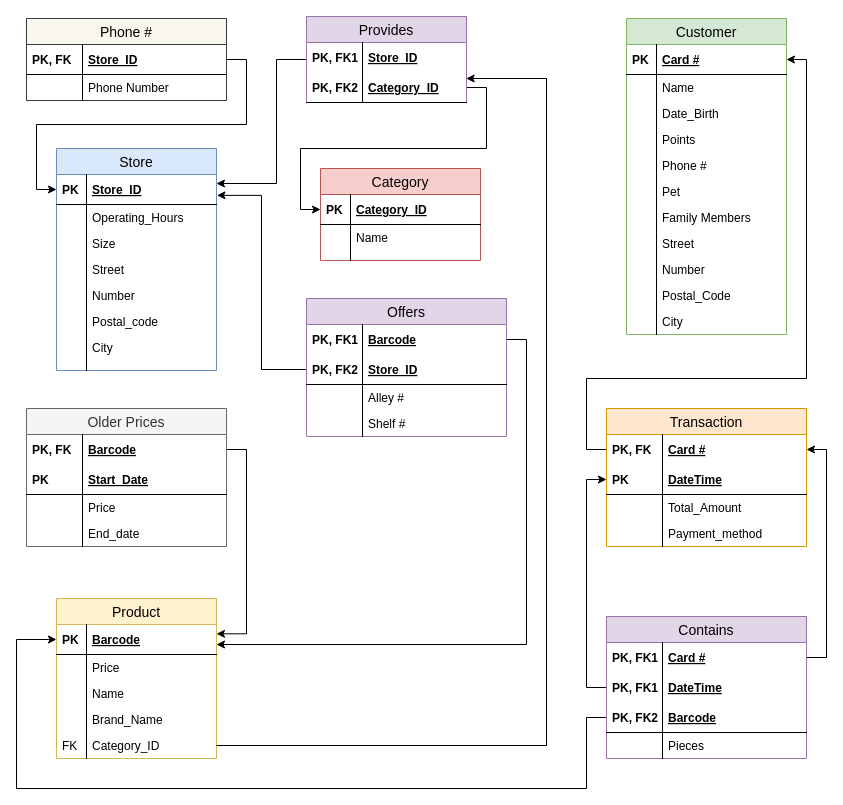
sonqo/ntua-lambda keeps this draw.io diagram as 4_Databases/Market_RelationDiagram.drawio. Above is the earlier version. Source tidied: cells renumbered, new cells numbered last; positions are measured from the earlier drawing's top-left corner, leaving out a move shared by most shapes. Both pictures are drawn from the tidied source at 100%, with x=0, y=0 at pixel (16, 16).
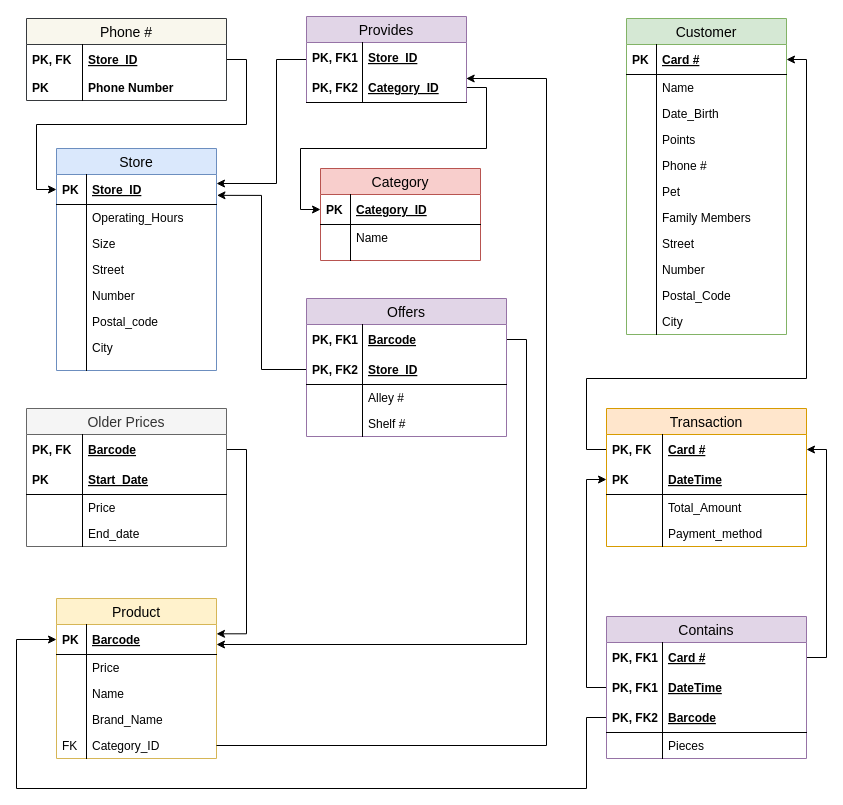
Above is the later version.

Commit message:
Corrections on phone primary keys

Unchanged cells that the change refers to:
```xml
<mxCell id="12" value="Phone #" style="swimlane;fontStyle=0;horizontal=1;startSize=26;align=center;fontSize=14;fillColor=#f9f7ed;strokeColor=#36393d;" parent="1" vertex="1">
  <mxGeometry x="10" y="2" width="200" height="82" as="geometry" />
</mxCell>
```

Diff of the diagram source:
```diff
@@
-    <mxCell id="13" value="Store_ID" style="shape=partialRectangle;top=0;left=0;right=0;bottom=1;align=left;verticalAlign=middle;fillColor=none;spacingLeft=60;spacingRight=4;overflow=hidden;points=[[0,0.5],[1,0.5]];portConstraint=eastwest;fontStyle=5;fontSize=12;" parent="12" vertex="1">
+    <mxCell id="13" value="Store_ID" style="shape=partialRectangle;top=0;left=0;right=0;bottom=0;align=left;verticalAlign=middle;fillColor=none;spacingLeft=60;spacingRight=4;overflow=hidden;points=[[0,0.5],[1,0.5]];portConstraint=eastwest;fontStyle=5;fontSize=12;" parent="12" vertex="1">
       <mxGeometry y="26" width="200" height="30" as="geometry" />
     </mxCell>
@@
-    <mxCell id="15" value="Phone Number" style="shape=partialRectangle;top=0;left=0;right=0;bottom=0;align=left;verticalAlign=top;fillColor=none;spacingLeft=60;spacingRight=4;overflow=hidden;fontSize=12;" parent="12" vertex="1">
+    <mxCell id="15" value="Phone Number" style="shape=partialRectangle;top=0;left=0;right=0;bottom=0;align=left;verticalAlign=top;fillColor=none;spacingLeft=60;spacingRight=4;overflow=hidden;fontSize=12;fontStyle=1;" parent="12" vertex="1">
       <mxGeometry y="56" width="200" height="26" as="geometry" />
     </mxCell>
-    <mxCell id="16" style="shape=partialRectangle;top=0;left=0;bottom=0;fillColor=none;align=left;verticalAlign=top;spacingLeft=4;spacingRight=4;overflow=hidden;fontSize=12;" parent="15" vertex="1">
+    <mxCell id="16" value="PK" style="shape=partialRectangle;top=0;left=0;bottom=0;fillColor=none;align=left;verticalAlign=top;spacingLeft=4;spacingRight=4;overflow=hidden;fontSize=12;fontStyle=1;" parent="15" vertex="1">
       <mxGeometry width="56" height="26" as="geometry" />
     </mxCell>
```
